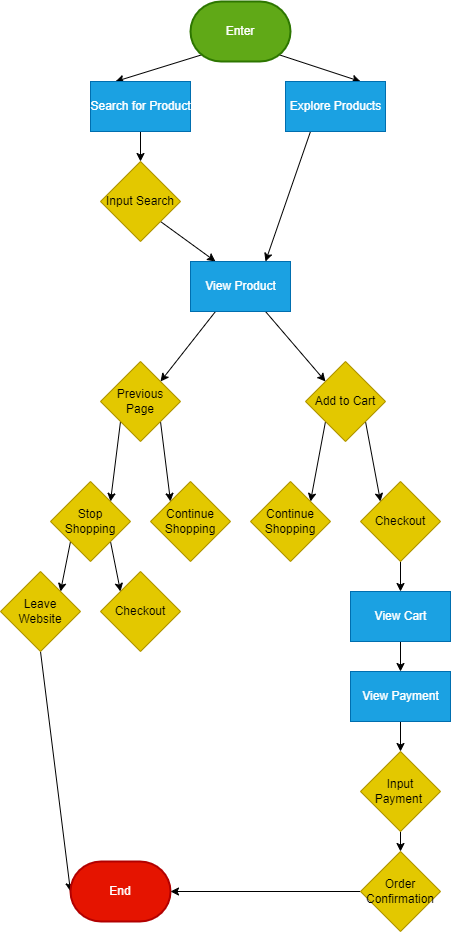
Before: explore/diagramming/diagram.drawio.png, a diagram exported from draw.io (Santiago-Duque/sp24-cse110-lab4). Source tidied: cells renumbered, new cells last; positions are measured from the earlier drawing's top-left corner, leaving out a move shared by most shapes.
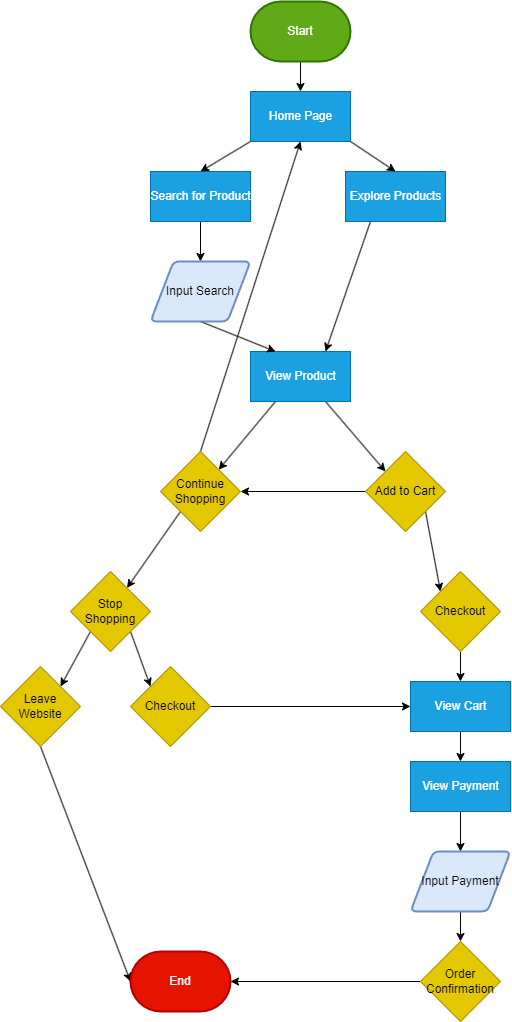
The same diagram one commit later.

The edit, as a diff of the source:
```diff
@@ -2,15 +2,6 @@
   <root>
     <mxCell id="0" />
     <mxCell id="1" parent="0" />
-    <mxCell id="2" style="edgeStyle=none;html=1;exitX=0.11;exitY=0.89;exitDx=0;exitDy=0;exitPerimeter=0;entryX=0.25;entryY=0;entryDx=0;entryDy=0;" parent="1" edge="1" source="4" target="6">
-      <mxGeometry relative="1" as="geometry" />
-    </mxCell>
-    <mxCell id="3" style="edgeStyle=none;html=1;exitX=0.89;exitY=0.89;exitDx=0;exitDy=0;exitPerimeter=0;entryX=0.75;entryY=0;entryDx=0;entryDy=0;" parent="1" edge="1" source="4" target="8">
-      <mxGeometry relative="1" as="geometry" />
-    </mxCell>
-    <mxCell id="4" value="Enter" style="strokeWidth=2;html=1;shape=mxgraph.flowchart.terminator;whiteSpace=wrap;fillColor=#60a917;fontColor=#ffffff;strokeColor=#2D7600;" parent="1" vertex="1">
-      <mxGeometry x="190" width="100" height="60" as="geometry" />
-    </mxCell>
     <mxCell id="5" style="edgeStyle=none;html=1;exitX=0.5;exitY=1;exitDx=0;exitDy=0;entryX=0.5;entryY=0;entryDx=0;entryDy=0;" parent="1" edge="1" source="6" target="10">
       <mxGeometry relative="1" as="geometry" />
     </mxCell>
@@ -23,39 +14,24 @@
     <mxCell id="8" value="Explore Products" style="html=1;dashed=0;whitespace=wrap;fillColor=#1ba1e2;fontColor=#ffffff;strokeColor=#006EAF;" parent="1" vertex="1">
       <mxGeometry x="285" y="80" width="100" height="50" as="geometry" />
     </mxCell>
-    <mxCell id="9" style="edgeStyle=none;html=1;exitX=1;exitY=1;exitDx=0;exitDy=0;entryX=0.25;entryY=0;entryDx=0;entryDy=0;" parent="1" edge="1" source="10" target="13">
-      <mxGeometry relative="1" as="geometry" />
-    </mxCell>
-    <mxCell id="10" value="Input Search" style="rhombus;whiteSpace=wrap;html=1;fillColor=#e3c800;fontColor=#000000;strokeColor=#B09500;" parent="1" vertex="1">
-      <mxGeometry x="100" y="160" width="80" height="80" as="geometry" />
-    </mxCell>
     <mxCell id="11" style="edgeStyle=none;html=1;exitX=0.75;exitY=1;exitDx=0;exitDy=0;entryX=0;entryY=0;entryDx=0;entryDy=0;" parent="1" edge="1" source="13" target="17">
       <mxGeometry relative="1" as="geometry" />
     </mxCell>
-    <mxCell id="12" style="edgeStyle=none;html=1;exitX=0.25;exitY=1;exitDx=0;exitDy=0;entryX=1;entryY=0;entryDx=0;entryDy=0;" parent="1" edge="1" source="13" target="19">
-      <mxGeometry relative="1" as="geometry" />
-    </mxCell>
+    <mxCell id="39" style="edgeStyle=none;html=1;exitX=0.25;exitY=1;exitDx=0;exitDy=0;" parent="1" edge="1" source="13" target="26">
+      <mxGeometry relative="1" as="geometry" />
+    </mxCell>
     <mxCell id="13" value="View Product" style="html=1;dashed=0;whitespace=wrap;fillColor=#1ba1e2;fontColor=#ffffff;strokeColor=#006EAF;" parent="1" vertex="1">
       <mxGeometry x="190" y="260" width="100" height="50" as="geometry" />
     </mxCell>
     <mxCell id="14" style="edgeStyle=none;html=1;exitX=1;exitY=1;exitDx=0;exitDy=0;entryX=0;entryY=0;entryDx=0;entryDy=0;" parent="1" edge="1" source="17" target="24">
       <mxGeometry relative="1" as="geometry" />
     </mxCell>
-    <mxCell id="15" style="edgeStyle=none;html=1;exitX=0;exitY=1;exitDx=0;exitDy=0;entryX=1;entryY=0;entryDx=0;entryDy=0;" parent="1" edge="1" source="19" target="22">
-      <mxGeometry relative="1" as="geometry" />
-    </mxCell>
-    <mxCell id="16" style="edgeStyle=none;html=1;exitX=0;exitY=1;exitDx=0;exitDy=0;entryX=1;entryY=0;entryDx=0;entryDy=0;" parent="1" edge="1" source="17" target="25">
-      <mxGeometry relative="1" as="geometry" />
-    </mxCell>
+    <mxCell id="40" style="edgeStyle=none;html=1;exitX=0;exitY=0.5;exitDx=0;exitDy=0;entryX=1;entryY=0.5;entryDx=0;entryDy=0;" parent="1" edge="1" source="17" target="26">
+      <mxGeometry relative="1" as="geometry" />
+    </mxCell>
     <mxCell id="17" value="Add to Cart" style="rhombus;whiteSpace=wrap;html=1;fillColor=#e3c800;fontColor=#000000;strokeColor=#B09500;" parent="1" vertex="1">
       <mxGeometry x="305" y="360" width="80" height="80" as="geometry" />
     </mxCell>
-    <mxCell id="18" style="edgeStyle=none;html=1;exitX=1;exitY=1;exitDx=0;exitDy=0;entryX=0;entryY=0;entryDx=0;entryDy=0;" parent="1" edge="1" source="19" target="26">
-      <mxGeometry relative="1" as="geometry" />
-    </mxCell>
-    <mxCell id="19" value="Previous Page" style="rhombus;whiteSpace=wrap;html=1;fillColor=#e3c800;fontColor=#000000;strokeColor=#B09500;" parent="1" vertex="1">
-      <mxGeometry x="100" y="360" width="80" height="80" as="geometry" />
-    </mxCell>
     <mxCell id="20" style="edgeStyle=none;html=1;exitX=1;exitY=1;exitDx=0;exitDy=0;entryX=0;entryY=0;entryDx=0;entryDy=0;" parent="1" edge="1" source="22" target="27">
       <mxGeometry relative="1" as="geometry" />
     </mxCell>
@@ -63,7 +39,7 @@
       <mxGeometry relative="1" as="geometry" />
     </mxCell>
     <mxCell id="22" value="Stop Shopping" style="rhombus;whiteSpace=wrap;html=1;fillColor=#e3c800;fontColor=#000000;strokeColor=#B09500;" parent="1" vertex="1">
-      <mxGeometry x="50" y="480" width="80" height="80" as="geometry" />
+      <mxGeometry x="10" y="480" width="80" height="80" as="geometry" />
     </mxCell>
     <mxCell id="23" style="edgeStyle=none;html=1;exitX=0.5;exitY=1;exitDx=0;exitDy=0;entryX=0.5;entryY=0;entryDx=0;entryDy=0;" parent="1" edge="1" source="24" target="32">
       <mxGeometry relative="1" as="geometry" />
@@ -71,20 +47,26 @@
     <mxCell id="24" value="Checkout" style="rhombus;whiteSpace=wrap;html=1;fillColor=#e3c800;fontColor=#000000;strokeColor=#B09500;" parent="1" vertex="1">
       <mxGeometry x="360" y="480" width="80" height="80" as="geometry" />
     </mxCell>
-    <mxCell id="25" value="Continue Shopping" style="rhombus;whiteSpace=wrap;html=1;fillColor=#e3c800;fontColor=#000000;strokeColor=#B09500;" parent="1" vertex="1">
-      <mxGeometry x="250" y="480" width="80" height="80" as="geometry" />
-    </mxCell>
+    <mxCell id="41" style="edgeStyle=none;html=1;exitX=0.5;exitY=0;exitDx=0;exitDy=0;entryX=0.5;entryY=1;entryDx=0;entryDy=0;" parent="1" edge="1" source="26" target="48">
+      <mxGeometry relative="1" as="geometry" />
+    </mxCell>
+    <mxCell id="42" style="edgeStyle=none;html=1;exitX=0;exitY=1;exitDx=0;exitDy=0;" parent="1" edge="1" source="26" target="22">
+      <mxGeometry relative="1" as="geometry" />
+    </mxCell>
     <mxCell id="26" value="Continue Shopping" style="rhombus;whiteSpace=wrap;html=1;fillColor=#e3c800;fontColor=#000000;strokeColor=#B09500;" parent="1" vertex="1">
-      <mxGeometry x="150" y="480" width="80" height="80" as="geometry" />
+      <mxGeometry x="100" y="360" width="80" height="80" as="geometry" />
     </mxCell>
+    <mxCell id="43" style="edgeStyle=none;html=1;exitX=1;exitY=0.5;exitDx=0;exitDy=0;entryX=0;entryY=0.5;entryDx=0;entryDy=0;" parent="1" edge="1" source="27" target="32">
+      <mxGeometry relative="1" as="geometry" />
+    </mxCell>
     <mxCell id="27" value="Checkout" style="rhombus;whiteSpace=wrap;html=1;fillColor=#e3c800;fontColor=#000000;strokeColor=#B09500;" parent="1" vertex="1">
-      <mxGeometry x="100" y="570" width="80" height="80" as="geometry" />
+      <mxGeometry x="70" y="575" width="80" height="80" as="geometry" />
     </mxCell>
     <mxCell id="28" style="edgeStyle=none;html=1;exitX=0.5;exitY=1;exitDx=0;exitDy=0;entryX=0;entryY=0.5;entryDx=0;entryDy=0;entryPerimeter=0;" parent="1" edge="1" source="29" target="30">
       <mxGeometry relative="1" as="geometry" />
     </mxCell>
     <mxCell id="29" value="Leave Website" style="rhombus;whiteSpace=wrap;html=1;fillColor=#e3c800;fontColor=#000000;strokeColor=#B09500;" parent="1" vertex="1">
-      <mxGeometry y="570" width="80" height="80" as="geometry" />
+      <mxGeometry x="-60" y="575" width="80" height="80" as="geometry" />
     </mxCell>
     <mxCell id="30" value="End" style="strokeWidth=2;html=1;shape=mxgraph.flowchart.terminator;whiteSpace=wrap;fillColor=#e51400;fontColor=#ffffff;strokeColor=#B20000;" parent="1" vertex="1">
       <mxGeometry x="70" y="860" width="100" height="60" as="geometry" />
@@ -101,17 +83,38 @@
     <mxCell id="34" value="View Payment" style="html=1;dashed=0;whitespace=wrap;fillColor=#1ba1e2;fontColor=#ffffff;strokeColor=#006EAF;" parent="1" vertex="1">
       <mxGeometry x="350" y="670" width="100" height="50" as="geometry" />
     </mxCell>
+    <mxCell id="37" style="edgeStyle=none;html=1;exitX=0;exitY=0.5;exitDx=0;exitDy=0;entryX=1;entryY=0.5;entryDx=0;entryDy=0;entryPerimeter=0;" parent="1" edge="1" source="38" target="30">
+      <mxGeometry relative="1" as="geometry" />
+    </mxCell>
+    <mxCell id="38" value="Order Confirmation" style="rhombus;whiteSpace=wrap;html=1;fillColor=#e3c800;fontColor=#000000;strokeColor=#B09500;" parent="1" vertex="1">
+      <mxGeometry x="360" y="850" width="80" height="80" as="geometry" />
+    </mxCell>
     <mxCell id="35" style="edgeStyle=none;html=1;exitX=0.5;exitY=1;exitDx=0;exitDy=0;entryX=0.5;entryY=0;entryDx=0;entryDy=0;" parent="1" edge="1" source="36" target="38">
       <mxGeometry relative="1" as="geometry" />
     </mxCell>
-    <mxCell id="36" value="Input Payment&amp;nbsp;" style="rhombus;whiteSpace=wrap;html=1;fillColor=#e3c800;fontColor=#000000;strokeColor=#B09500;" parent="1" vertex="1">
-      <mxGeometry x="360" y="750" width="80" height="80" as="geometry" />
+    <mxCell id="36" value="Input Payment" style="shape=parallelogram;html=1;strokeWidth=2;perimeter=parallelogramPerimeter;whiteSpace=wrap;rounded=1;arcSize=12;size=0.23;fillColor=#dae8fc;strokeColor=#6c8ebf;" parent="1" vertex="1">
+      <mxGeometry x="350" y="760" width="100" height="60" as="geometry" />
     </mxCell>
-    <mxCell id="37" style="edgeStyle=none;html=1;exitX=0;exitY=0.5;exitDx=0;exitDy=0;entryX=1;entryY=0.5;entryDx=0;entryDy=0;entryPerimeter=0;" parent="1" edge="1" source="38" target="30">
-      <mxGeometry relative="1" as="geometry" />
-    </mxCell>
-    <mxCell id="38" value="Order Confirmation" style="rhombus;whiteSpace=wrap;html=1;fillColor=#e3c800;fontColor=#000000;strokeColor=#B09500;" parent="1" vertex="1">
-      <mxGeometry x="360" y="850" width="80" height="80" as="geometry" />
-    </mxCell>
+    <mxCell id="9" style="edgeStyle=none;html=1;exitX=0.5;exitY=1;exitDx=0;exitDy=0;entryX=0.25;entryY=0;entryDx=0;entryDy=0;" parent="1" edge="1" source="10" target="13">
+      <mxGeometry relative="1" as="geometry" />
+    </mxCell>
+    <mxCell id="10" value="Input Search" style="shape=parallelogram;html=1;strokeWidth=2;perimeter=parallelogramPerimeter;whiteSpace=wrap;rounded=1;arcSize=12;size=0.23;fillColor=#dae8fc;strokeColor=#6c8ebf;" parent="1" vertex="1">
+      <mxGeometry x="90" y="170" width="100" height="60" as="geometry" />
+    </mxCell>
+    <mxCell id="44" style="edgeStyle=none;html=1;exitX=0.5;exitY=1;exitDx=0;exitDy=0;exitPerimeter=0;entryX=0.5;entryY=0;entryDx=0;entryDy=0;" parent="1" edge="1" source="45" target="48">
+      <mxGeometry relative="1" as="geometry" />
+    </mxCell>
+    <mxCell id="45" value="Start" style="strokeWidth=2;html=1;shape=mxgraph.flowchart.terminator;whiteSpace=wrap;fillColor=#60a917;fontColor=#ffffff;strokeColor=#2D7600;" parent="1" vertex="1">
+      <mxGeometry x="190" y="-90" width="100" height="60" as="geometry" />
+    </mxCell>
+    <mxCell id="46" style="edgeStyle=none;html=1;exitX=0;exitY=1;exitDx=0;exitDy=0;entryX=0.5;entryY=0;entryDx=0;entryDy=0;" parent="1" edge="1" source="48" target="6">
+      <mxGeometry relative="1" as="geometry" />
+    </mxCell>
+    <mxCell id="47" style="edgeStyle=none;html=1;exitX=1;exitY=1;exitDx=0;exitDy=0;entryX=0.5;entryY=0;entryDx=0;entryDy=0;" parent="1" edge="1" source="48" target="8">
+      <mxGeometry relative="1" as="geometry" />
+    </mxCell>
+    <mxCell id="48" value="Home Page" style="html=1;dashed=0;whitespace=wrap;fillColor=#1ba1e2;fontColor=#ffffff;strokeColor=#006EAF;" parent="1" vertex="1">
+      <mxGeometry x="190" width="100" height="50" as="geometry" />
+    </mxCell>
   </root>
 </mxGraphModel>
```
